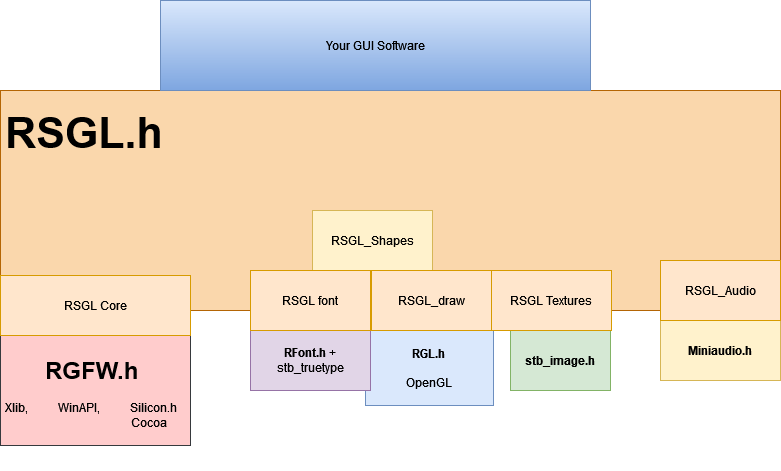
Above: RSGL-Architecture.png in ColleagueRiley/RSGL (draw.io), before the change. Source tidied: cells renumbered, new cells last; positions are measured from the earlier drawing's top-left corner, leaving out a move shared by most shapes.
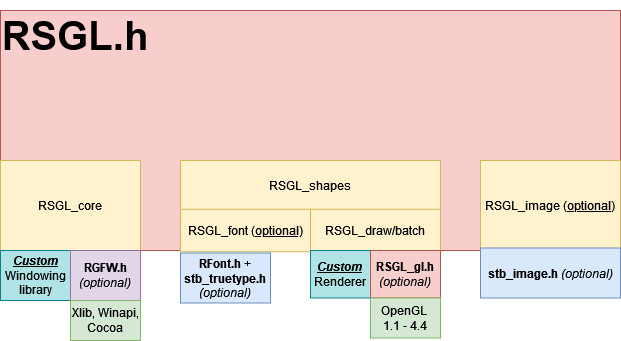
The same diagram one commit later.

What changed in the source:
```diff
@@ -2,50 +2,53 @@
   <root>
     <mxCell id="0" />
     <mxCell id="1" parent="0" />
-    <mxCell id="2" style="rounded=0;whiteSpace=wrap;html=1;fillColor=#ffcccc;strokeColor=#36393d;" parent="1" vertex="1">
-      <mxGeometry y="335" width="190" height="110" as="geometry" />
-    </mxCell>
-    <mxCell id="3" value="&lt;h1&gt;&amp;nbsp;&amp;nbsp;&amp;nbsp;&amp;nbsp;&amp;nbsp; RGFW.h&lt;br&gt;&lt;/h1&gt;&lt;p&gt;Xlib,&amp;nbsp;&amp;nbsp;&amp;nbsp;&amp;nbsp;&amp;nbsp;&amp;nbsp;&amp;nbsp;&amp;nbsp;&amp;nbsp; WinAPI,&amp;nbsp;&amp;nbsp;&amp;nbsp;&amp;nbsp;&amp;nbsp;&amp;nbsp;&amp;nbsp;&amp;nbsp;&amp;nbsp; Silicon.h&lt;br&gt;&lt;span style=&quot;white-space: pre;&quot;&gt;&#9;&lt;/span&gt;&lt;span style=&quot;white-space: pre;&quot;&gt;&#9;&lt;/span&gt;&lt;span style=&quot;white-space: pre;&quot;&gt;&#9;&lt;/span&gt;&lt;span style=&quot;white-space: pre;&quot;&gt;&#9;&lt;/span&gt;&lt;span style=&quot;white-space: pre;&quot;&gt;&#9;&lt;/span&gt;&amp;nbsp; Cocoa&lt;br&gt;&lt;/p&gt;" style="text;html=1;spacing=5;spacingTop=-20;whiteSpace=wrap;overflow=hidden;rounded=0;" parent="1" vertex="1">
-      <mxGeometry y="350" width="190" height="120" as="geometry" />
-    </mxCell>
-    <mxCell id="4" value="&lt;b&gt;Miniaudio.h&lt;/b&gt;" style="rounded=0;whiteSpace=wrap;html=1;fillColor=#fff2cc;strokeColor=#d6b656;" parent="1" vertex="1">
-      <mxGeometry x="660" y="320" width="120" height="60" as="geometry" />
-    </mxCell>
-    <mxCell id="5" value="&lt;b&gt;RGL.h&lt;/b&gt;&lt;br&gt;&lt;br&gt;OpenGL" style="rounded=0;whiteSpace=wrap;html=1;fillColor=#dae8fc;strokeColor=#6c8ebf;" parent="1" vertex="1">
-      <mxGeometry x="365" y="330" width="128" height="75" as="geometry" />
-    </mxCell>
-    <mxCell id="6" value="&lt;b&gt;RFont.h&lt;/b&gt; +&lt;br&gt;stb_truetype " style="rounded=0;whiteSpace=wrap;html=1;fillColor=#e1d5e7;strokeColor=#9673a6;" parent="1" vertex="1">
-      <mxGeometry x="250" y="330" width="120" height="60" as="geometry" />
-    </mxCell>
-    <mxCell id="7" value="&lt;b&gt;stb_image.h&lt;/b&gt;" style="rounded=0;whiteSpace=wrap;html=1;fillColor=#d5e8d4;strokeColor=#82b366;" parent="1" vertex="1">
-      <mxGeometry x="510" y="330" width="100" height="60" as="geometry" />
-    </mxCell>
-    <mxCell id="8" style="rounded=0;whiteSpace=wrap;html=1;fillColor=#fad7ac;strokeColor=#b46504;" parent="1" vertex="1">
-      <mxGeometry y="90" width="780" height="220" as="geometry" />
-    </mxCell>
-    <mxCell id="9" value="RSGL_Shapes" style="rounded=0;whiteSpace=wrap;html=1;fillColor=#fff2cc;strokeColor=#d6b656;" parent="1" vertex="1">
-      <mxGeometry x="312" y="210" width="120" height="60" as="geometry" />
-    </mxCell>
-    <mxCell id="10" value="RSGL_Audio" style="rounded=0;whiteSpace=wrap;html=1;fillColor=#ffe6cc;strokeColor=#d79b00;" parent="1" vertex="1">
-      <mxGeometry x="660" y="260" width="120" height="60" as="geometry" />
-    </mxCell>
-    <mxCell id="11" value="RSGL font" style="rounded=0;whiteSpace=wrap;html=1;fillColor=#ffe6cc;strokeColor=#d79b00;" parent="1" vertex="1">
-      <mxGeometry x="250" y="270" width="120" height="60" as="geometry" />
-    </mxCell>
-    <mxCell id="12" value="RSGL_draw" style="rounded=0;whiteSpace=wrap;html=1;fillColor=#ffe6cc;strokeColor=#d79b00;" parent="1" vertex="1">
-      <mxGeometry x="371" y="270" width="120" height="60" as="geometry" />
-    </mxCell>
-    <mxCell id="13" value="RSGL Core" style="rounded=0;whiteSpace=wrap;html=1;fillColor=#ffe6cc;strokeColor=#d79b00;" parent="1" vertex="1">
-      <mxGeometry y="275" width="190" height="60" as="geometry" />
-    </mxCell>
-    <mxCell id="14" value="RSGL Textures" style="rounded=0;whiteSpace=wrap;html=1;fillColor=#ffe6cc;strokeColor=#d79b00;" parent="1" vertex="1">
-      <mxGeometry x="491" y="270" width="120" height="60" as="geometry" />
-    </mxCell>
+    <mxCell id="17" style="rounded=0;whiteSpace=wrap;html=1;fillColor=#f8cecc;strokeColor=#b85450;" parent="1" vertex="1">
+      <mxGeometry x="19" y="117" width="620" height="240" as="geometry" />
+    </mxCell>
+    <mxCell id="18" value="RSGL_core" style="rounded=0;whiteSpace=wrap;html=1;fillColor=#fff2cc;strokeColor=#d6b656;" parent="1" vertex="1">
+      <mxGeometry x="19" y="267" width="140" height="90" as="geometry" />
+    </mxCell>
-    <mxCell id="15" value="&lt;b&gt;&lt;font style=&quot;font-size: 43px;&quot;&gt;RSGL.h&lt;/font&gt;&lt;/b&gt;" style="text;html=1;align=center;verticalAlign=middle;whiteSpace=wrap;rounded=0;" parent="1" vertex="1">
-      <mxGeometry x="19" y="107" width="130" height="50" as="geometry" />
+    <mxCell id="15" value="&lt;b style=&quot;font-size: 40px;&quot;&gt;RSGL.h&lt;br&gt;&lt;/b&gt;" style="text;html=1;align=center;verticalAlign=middle;whiteSpace=wrap;rounded=0;" parent="1" vertex="1">
+      <mxGeometry x="19" y="107" width="150" height="70" as="geometry" />
     </mxCell>
-    <mxCell id="16" value="Your GUI Software" style="text;html=1;align=center;verticalAlign=middle;whiteSpace=wrap;rounded=0;fillColor=#dae8fc;strokeColor=#6c8ebf;gradientColor=#7ea6e0;" parent="1" vertex="1">
-      <mxGeometry x="160" width="430" height="90" as="geometry" />
-    </mxCell>
+    <mxCell id="19" style="rounded=0;whiteSpace=wrap;html=1;fillColor=#fff2cc;strokeColor=#d6b656;" parent="1" vertex="1">
+      <mxGeometry x="199" y="267" width="260" height="50" as="geometry" />
+    </mxCell>
+    <mxCell id="20" value="RSGL_shapes" style="text;html=1;align=center;verticalAlign=middle;whiteSpace=wrap;rounded=0;" parent="1" vertex="1">
+      <mxGeometry x="299" y="277" width="60" height="30" as="geometry" />
+    </mxCell>
+    <mxCell id="21" value="RSGL_draw/batch" style="rounded=0;whiteSpace=wrap;html=1;fillColor=#fff2cc;strokeColor=#d6b656;" parent="1" vertex="1">
+      <mxGeometry x="329" y="315.8" width="130" height="42.5" as="geometry" />
+    </mxCell>
+    <mxCell id="22" value="RSGL_font &lt;u&gt;(optional)&lt;/u&gt;" style="rounded=0;whiteSpace=wrap;html=1;fillColor=#fff2cc;strokeColor=#d6b656;" parent="1" vertex="1">
+      <mxGeometry x="199" y="315.8" width="130" height="42.5" as="geometry" />
+    </mxCell>
+    <mxCell id="23" value="RSGL_image &lt;u&gt;(optional)&lt;/u&gt;" style="rounded=0;whiteSpace=wrap;html=1;fillColor=#fff2cc;strokeColor=#d6b656;" parent="1" vertex="1">
+      <mxGeometry x="499" y="267" width="140" height="90" as="geometry" />
+    </mxCell>
+    <mxCell id="24" value="&lt;b&gt;RFont.h&lt;/b&gt; + &lt;b&gt;stb_truetype.h&lt;/b&gt; &lt;i&gt;(optional)&lt;/i&gt;" style="rounded=0;whiteSpace=wrap;html=1;fillColor=#dae8fc;strokeColor=#6c8ebf;" parent="1" vertex="1">
+      <mxGeometry x="199" y="359.5" width="90" height="50" as="geometry" />
+    </mxCell>
+    <mxCell id="25" value="&lt;div&gt;&lt;b&gt;&lt;i&gt;&lt;u&gt;Custom&lt;/u&gt;&lt;/i&gt;&lt;/b&gt; &lt;br&gt;&lt;/div&gt;&lt;div&gt;Renderer &lt;br&gt;&lt;/div&gt;" style="rounded=0;whiteSpace=wrap;html=1;fillColor=#b0e3e6;strokeColor=#0e8088;" parent="1" vertex="1">
+      <mxGeometry x="329" y="357" width="60" height="47.5" as="geometry" />
+    </mxCell>
+    <mxCell id="26" value="&lt;b&gt;stb_image.h&lt;/b&gt; &lt;i&gt;(optional)&lt;/i&gt;" style="rounded=0;whiteSpace=wrap;html=1;fillColor=#dae8fc;strokeColor=#6c8ebf;" parent="1" vertex="1">
+      <mxGeometry x="499" y="354.5" width="140" height="50" as="geometry" />
+    </mxCell>
+    <mxCell id="27" value="&lt;u&gt;&lt;i&gt;&lt;b&gt;Custom&lt;/b&gt;&lt;/i&gt;&lt;/u&gt;&lt;div&gt;Windowing library&lt;/div&gt;" style="rounded=0;whiteSpace=wrap;html=1;fillColor=#b0e3e6;strokeColor=#0e8088;" parent="1" vertex="1">
+      <mxGeometry x="19" y="357" width="70" height="50" as="geometry" />
+    </mxCell>
+    <mxCell id="28" value="&lt;div&gt;&lt;b&gt;RGFW.h&lt;/b&gt;&lt;i&gt; (optional)&lt;/i&gt;&lt;/div&gt;" style="rounded=0;whiteSpace=wrap;html=1;fillColor=#e1d5e7;strokeColor=#9673a6;" parent="1" vertex="1">
+      <mxGeometry x="89" y="357" width="70" height="50" as="geometry" />
+    </mxCell>
+    <mxCell id="29" value="&lt;div&gt;&lt;b&gt;&lt;br&gt;&lt;/b&gt;&lt;/div&gt;&lt;div&gt;&lt;b&gt;RSGL_gl.h &lt;/b&gt;&lt;i&gt;(optional)&lt;/i&gt;&lt;/div&gt;&lt;div&gt;&lt;br&gt;&lt;/div&gt;" style="rounded=0;whiteSpace=wrap;html=1;fillColor=#f8cecc;strokeColor=#b85450;" parent="1" vertex="1">
+      <mxGeometry x="389" y="357" width="70" height="47.5" as="geometry" />
+    </mxCell>
+    <mxCell id="30" value="&lt;div&gt;Xlib, Winapi, Cocoa&lt;br&gt;&lt;/div&gt;" style="rounded=0;whiteSpace=wrap;html=1;fillColor=#d5e8d4;strokeColor=#82b366;" parent="1" vertex="1">
+      <mxGeometry x="89" y="407" width="70" height="40" as="geometry" />
+    </mxCell>
+    <mxCell id="31" value="&lt;div&gt;OpenGL&amp;nbsp;&lt;/div&gt;&lt;div&gt;1.1 - 4.4&lt;/div&gt;" style="rounded=0;whiteSpace=wrap;html=1;fillColor=#d5e8d4;strokeColor=#82b366;" parent="1" vertex="1">
+      <mxGeometry x="389" y="404.5" width="70" height="40" as="geometry" />
+    </mxCell>
   </root>
 </mxGraphModel>
```
